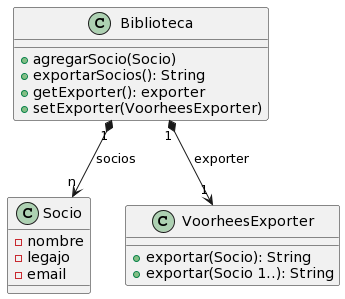
Earlier version of the PlantUML export ej-biblioteca/patrones_ejercicio_3_uml.png (ArturoNievas/OrientacionObjetos2).
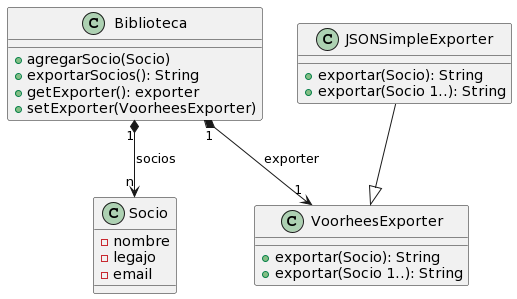
The same diagram one commit later.

The edit, as a diff of the source:
```diff
@@ -17,6 +17,12 @@
  +exportar(Socio 1..): String
 }
 
+class JSONSimpleExporter{
+ +exportar(Socio): String
+ +exportar(Socio 1..): String
+}
+
 Biblioteca "1" *--> "n" Socio: socios
 Biblioteca "1" *--> "1" VoorheesExporter: exporter
+JSONSimpleExporter --|> VoorheesExporter
 @enduml
```
